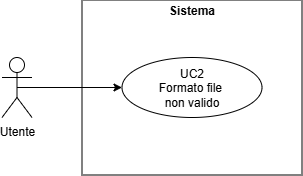
Before: src/images/diagrammiUML/UC-2.png, a diagram exported from draw.io (CoderiusGroup/Documentazione). Source tidied: cells renumbered, new cells last; positions are measured from the earlier drawing's top-left corner, leaving out a move shared by most shapes.
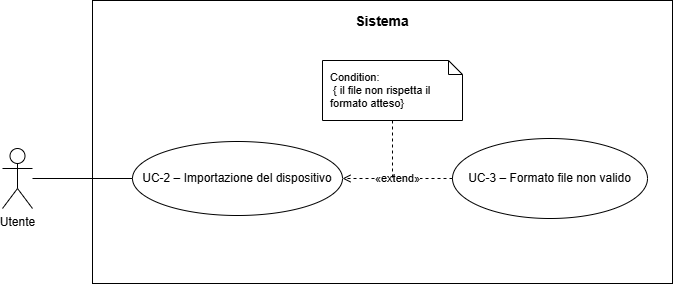
Above is the later version.

Diff of the diagram source:
```diff
@@ -2,17 +2,33 @@
   <root>
     <mxCell id="0" />
     <mxCell id="1" parent="0" />
-    <mxCell id="2" value="&lt;p style=&quot;margin:0px;margin-top:4px;text-align:center;&quot;&gt;&lt;b&gt;Sistema&lt;/b&gt;&lt;/p&gt;" style="verticalAlign=top;align=left;overflow=fill;html=1;whiteSpace=wrap;fontColor=#000000;" parent="1" vertex="1">
-      <mxGeometry x="80" width="220" height="175" as="geometry" />
+    <mxCell id="2" value="&lt;b&gt;Sistema&lt;/b&gt;" style="rounded=0;whiteSpace=wrap;html=1;fillColor=none;strokeColor=#000000;strokeWidth=1;align=center;verticalAlign=top;fontSize=14;spacingTop=6;fontStyle=0;" parent="1" vertex="1">
+      <mxGeometry x="-94" y="-250" width="580" height="283" as="geometry" />
     </mxCell>
-    <mxCell id="3" style="edgeStyle=orthogonalEdgeStyle;rounded=0;jettySize=auto;html=1;exitX=0.5;exitY=0.5;exitDx=0;exitDy=0;exitPerimeter=0;entryX=0;entryY=0.5;entryDx=0;entryDy=0;" parent="1" edge="1" source="4" target="5">
-      <mxGeometry relative="1" as="geometry" />
-    </mxCell>
     <mxCell id="4" value="Utente" style="shape=umlActor;verticalLabelPosition=bottom;verticalAlign=top;html=1;outlineConnect=0;" parent="1" vertex="1">
-      <mxGeometry y="57.5" width="30" height="60" as="geometry" />
+      <mxGeometry x="-184" y="-102" width="30" height="60" as="geometry" />
     </mxCell>
-    <mxCell id="5" value="UC2&lt;div&gt;Formato file&amp;nbsp;&lt;/div&gt;&lt;div&gt;non valido&lt;/div&gt;" style="ellipse;html=1;whiteSpace=wrap;" parent="1" vertex="1">
-      <mxGeometry x="120" y="57.5" width="140" height="60" as="geometry" />
-    </mxCell>
+    <mxCell id="6" value="UC-2 – Importazione del dispositivo" style="ellipse;whiteSpace=wrap;html=1;fillColor=#ffffff;strokeColor=#000000;strokeWidth=1;fontSize=12;" parent="1" vertex="1">
+      <mxGeometry x="-54" y="-109" width="210" height="74" as="geometry" />
+    </mxCell>
+    <mxCell id="7" value="UC-3 – Formato file non valido" style="ellipse;whiteSpace=wrap;html=1;fillColor=#ffffff;strokeColor=#000000;strokeWidth=1;fontSize=12;" parent="1" vertex="1">
+      <mxGeometry x="266" y="-112" width="195" height="80" as="geometry" />
+    </mxCell>
+    <mxCell id="8" style="endArrow=none;html=1;strokeColor=#000000;strokeWidth=1;entryX=0;entryY=0.5;entryDx=0;entryDy=0;" parent="1" edge="1" target="6">
+      <mxGeometry relative="1" as="geometry">
+        <mxPoint x="-154" y="-72" as="sourcePoint" />
+      </mxGeometry>
+    </mxCell>
+    <mxCell id="9" value="«extend»" style="dashed=1;endArrow=open;endFill=0;html=1;strokeColor=#000000;strokeWidth=1;fontSize=11;exitX=0;exitY=0.5;exitDx=0;exitDy=0;entryX=1;entryY=0.5;entryDx=0;entryDy=0;" parent="1" edge="1" source="7" target="6">
+      <mxGeometry relative="1" as="geometry" />
+    </mxCell>
+    <mxCell id="10" value="Condition:&lt;div&gt;&amp;nbsp;{ il file non rispetta il formato atteso}&lt;/div&gt;" style="shape=note;whiteSpace=wrap;html=1;backgroundOutline=1;size=14;fillColor=#ffffff;strokeColor=#000000;fontSize=11;align=left;spacingLeft=6;" parent="1" vertex="1">
+      <mxGeometry x="136" y="-190" width="140" height="60" as="geometry" />
+    </mxCell>
+    <mxCell id="11" style="dashed=1;endArrow=none;html=1;strokeColor=#000000;strokeWidth=1;exitX=0.5;exitY=1;exitDx=0;exitDy=0;" parent="1" edge="1" source="10">
+      <mxGeometry relative="1" as="geometry">
+        <mxPoint x="206" y="-70" as="targetPoint" />
+      </mxGeometry>
+    </mxCell>
   </root>
 </mxGraphModel>
```
